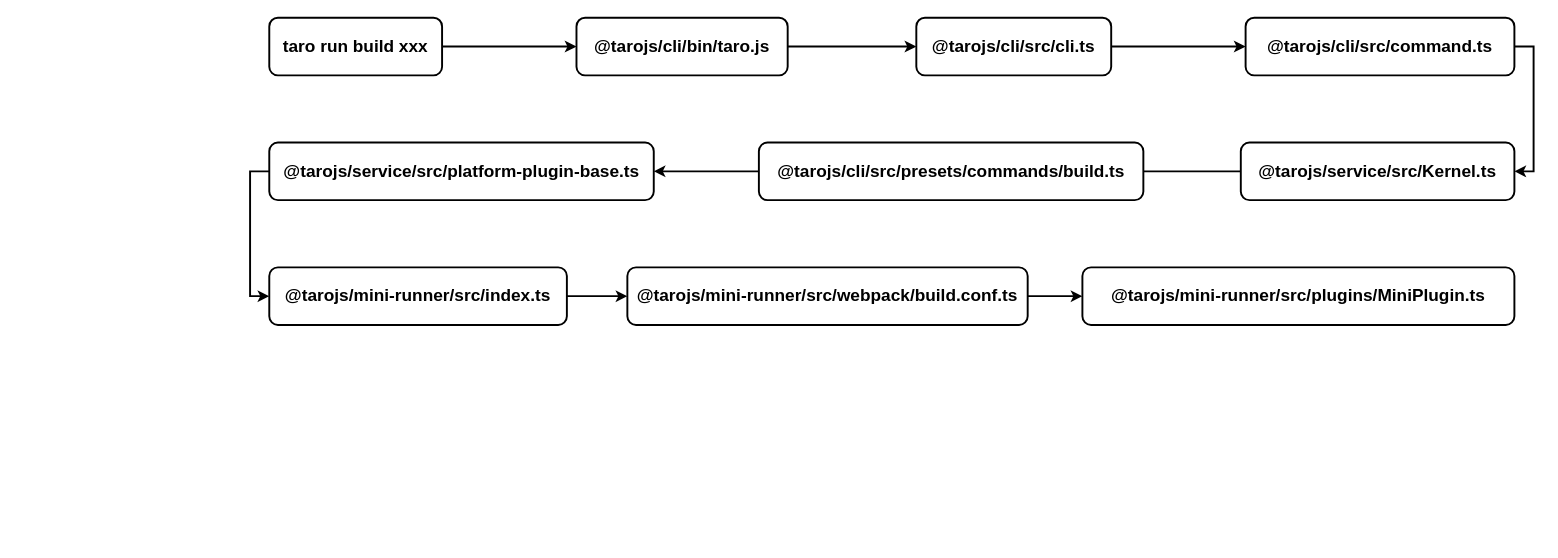
Above: 原创/taro/taro源码解析/taro build 源码流程图.drawio in panyu97py/blog (draw.io), before the change. Source tidied: cells renumbered, new cells numbered last; positions are measured from the earlier drawing's top-left corner, leaving out a move shared by most shapes. Both pictures are drawn from the tidied source at 96%, with x=0, y=0 at pixel (269, 17).
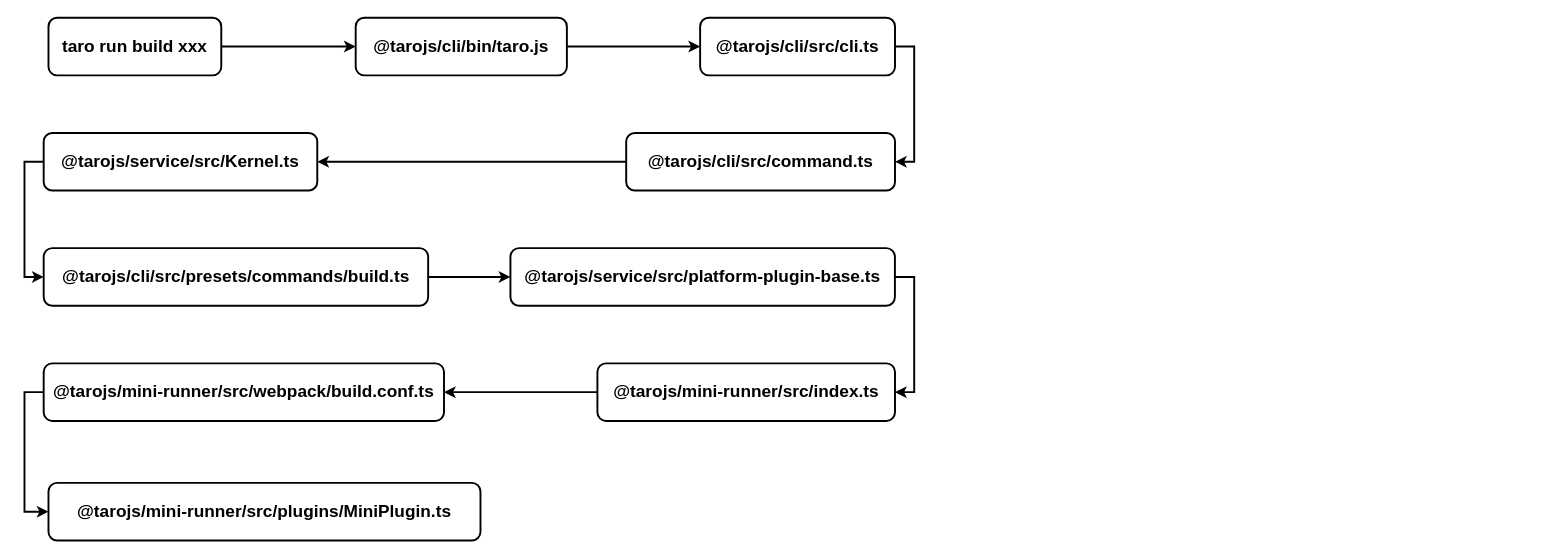
The same diagram, later.

Commit message (it also covers changes not shown here):
taro 源码解析

The edit, as a diff of the source:
```diff
@@
     <mxCell id="3" value="taro run build xxx" style="rounded=1;whiteSpace=wrap;html=1;fontSize=18;strokeWidth=2;fontStyle=1;" parent="1" vertex="1">
-      <mxGeometry width="180" height="60" as="geometry" />
+      <mxGeometry x="-230" width="180" height="60" as="geometry" />
     </mxCell>
@@
     <mxCell id="5" value="@tarojs/cli/bin/taro.js" style="rounded=1;whiteSpace=wrap;html=1;fontSize=18;strokeWidth=2;fontStyle=1;" parent="1" vertex="1">
-      <mxGeometry x="320" width="220" height="60" as="geometry" />
+      <mxGeometry x="90" width="220" height="60" as="geometry" />
     </mxCell>
-    <mxCell id="6" style="edgeStyle=orthogonalEdgeStyle;rounded=0;jettySize=auto;html=1;exitX=1;exitY=0.5;exitDx=0;exitDy=0;entryX=0;entryY=0.5;entryDx=0;entryDy=0;fontSize=18;strokeWidth=2;" parent="1" edge="1" source="7" target="9">
+    <mxCell id="6" style="edgeStyle=orthogonalEdgeStyle;rounded=0;jettySize=auto;html=1;exitX=1;exitY=0.5;exitDx=0;exitDy=0;entryX=1;entryY=0.5;entryDx=0;entryDy=0;fontSize=18;strokeWidth=2;" parent="1" edge="1" source="7" target="9">
       <mxGeometry relative="1" as="geometry" />
     </mxCell>
     <mxCell id="7" value="@tarojs/cli/src/cli.ts" style="rounded=1;whiteSpace=wrap;html=1;fontSize=18;strokeWidth=2;fontStyle=1;" parent="1" vertex="1">
-      <mxGeometry x="674" width="203" height="60" as="geometry" />
+      <mxGeometry x="448.8" width="203" height="60" as="geometry" />
     </mxCell>
-    <mxCell id="8" style="edgeStyle=orthogonalEdgeStyle;rounded=0;jettySize=auto;html=1;exitX=1;exitY=0.5;exitDx=0;exitDy=0;entryX=1;entryY=0.5;entryDx=0;entryDy=0;fontSize=20;fontColor=#FF8000;strokeWidth=2;" parent="1" edge="1" source="9" target="11">
+    <mxCell id="8" style="edgeStyle=orthogonalEdgeStyle;rounded=0;jettySize=auto;html=1;exitX=0;exitY=0.5;exitDx=0;exitDy=0;entryX=1;entryY=0.5;entryDx=0;entryDy=0;fontSize=20;fontColor=#FF8000;strokeWidth=2;" parent="1" edge="1" source="9" target="11">
       <mxGeometry relative="1" as="geometry" />
     </mxCell>
     <mxCell id="9" value="@tarojs/cli/src/command.ts" style="rounded=1;whiteSpace=wrap;html=1;fontSize=18;strokeWidth=2;fontStyle=1;" parent="1" vertex="1">
-      <mxGeometry x="1017" width="280" height="60" as="geometry" />
+      <mxGeometry x="371.8" y="120" width="280" height="60" as="geometry" />
     </mxCell>
-    <mxCell id="10" style="edgeStyle=orthogonalEdgeStyle;rounded=0;jettySize=auto;html=1;exitX=0;exitY=0.5;exitDx=0;exitDy=0;entryX=1;entryY=0.5;entryDx=0;entryDy=0;fontSize=20;fontColor=#FF8000;strokeWidth=2;" parent="1" edge="1" source="11" target="13">
-      <mxGeometry relative="1" as="geometry">
-        <Array as="points">
-          <mxPoint x="790" y="160" />
-          <mxPoint x="790" y="160" />
-        </Array>
-      </mxGeometry>
+    <mxCell id="10" style="edgeStyle=orthogonalEdgeStyle;rounded=0;jettySize=auto;html=1;exitX=0;exitY=0.5;exitDx=0;exitDy=0;entryX=0;entryY=0.5;entryDx=0;entryDy=0;fontSize=20;fontColor=#FF8000;strokeWidth=2;" parent="1" edge="1" source="11" target="13">
+      <mxGeometry relative="1" as="geometry" />
     </mxCell>
     <mxCell id="11" value="@tarojs/service/src/Kernel.ts" style="rounded=1;whiteSpace=wrap;html=1;fontSize=18;strokeWidth=2;fontStyle=1;" parent="1" vertex="1">
-      <mxGeometry x="1012" y="130" width="285" height="60" as="geometry" />
+      <mxGeometry x="-235" y="120" width="285" height="60" as="geometry" />
     </mxCell>
-    <mxCell id="12" style="edgeStyle=orthogonalEdgeStyle;rounded=0;jettySize=auto;html=1;exitX=0;exitY=0.5;exitDx=0;exitDy=0;entryX=1;entryY=0.5;entryDx=0;entryDy=0;fontSize=20;fontColor=#FF8000;strokeWidth=2;" parent="1" edge="1" source="13" target="15">
+    <mxCell id="12" style="edgeStyle=orthogonalEdgeStyle;rounded=0;jettySize=auto;html=1;exitX=1;exitY=0.5;exitDx=0;exitDy=0;entryX=0;entryY=0.5;entryDx=0;entryDy=0;fontSize=20;fontColor=#FF8000;strokeWidth=2;" parent="1" edge="1" source="13" target="15">
       <mxGeometry relative="1" as="geometry" />
     </mxCell>
     <mxCell id="13" value="@tarojs/cli/src/presets/commands/build.ts" style="rounded=1;whiteSpace=wrap;html=1;fontSize=18;strokeWidth=2;fontStyle=1;" parent="1" vertex="1">
-      <mxGeometry x="510" y="130" width="400.5" height="60" as="geometry" />
+      <mxGeometry x="-235" y="240" width="400.5" height="60" as="geometry" />
     </mxCell>
-    <mxCell id="14" style="edgeStyle=orthogonalEdgeStyle;rounded=0;jettySize=auto;html=1;exitX=0;exitY=0.5;exitDx=0;exitDy=0;entryX=0;entryY=0.5;entryDx=0;entryDy=0;fontSize=20;fontColor=#FF8000;strokeWidth=2;" parent="1" edge="1" source="15" target="17">
+    <mxCell id="14" style="edgeStyle=orthogonalEdgeStyle;rounded=0;jettySize=auto;html=1;exitX=1;exitY=0.5;exitDx=0;exitDy=0;entryX=1;entryY=0.5;entryDx=0;entryDy=0;fontSize=20;fontColor=#FF8000;strokeWidth=2;" parent="1" edge="1" source="15" target="17">
       <mxGeometry relative="1" as="geometry" />
     </mxCell>
     <mxCell id="15" value="@tarojs/service/src/platform-plugin-base.ts" style="rounded=1;whiteSpace=wrap;html=1;fontSize=18;strokeWidth=2;fontStyle=1;" parent="1" vertex="1">
-      <mxGeometry y="130" width="400.5" height="60" as="geometry" />
+      <mxGeometry x="251.2" y="240" width="400.5" height="60" as="geometry" />
     </mxCell>
-    <mxCell id="16" style="edgeStyle=orthogonalEdgeStyle;rounded=0;jettySize=auto;html=1;exitX=1;exitY=0.5;exitDx=0;exitDy=0;entryX=0;entryY=0.5;entryDx=0;entryDy=0;fontSize=20;fontColor=#FF8000;strokeWidth=2;" parent="1" edge="1" source="17" target="19">
+    <mxCell id="16" style="edgeStyle=orthogonalEdgeStyle;rounded=0;jettySize=auto;html=1;exitX=0;exitY=0.5;exitDx=0;exitDy=0;entryX=1;entryY=0.5;entryDx=0;entryDy=0;fontSize=20;fontColor=#FF8000;strokeWidth=2;" parent="1" edge="1" source="17" target="19">
       <mxGeometry relative="1" as="geometry" />
     </mxCell>
     <mxCell id="17" value="@tarojs/mini-runner/src/index.ts" style="rounded=1;whiteSpace=wrap;html=1;fontSize=18;strokeWidth=2;fontStyle=1;" parent="1" vertex="1">
-      <mxGeometry y="260" width="310" height="60" as="geometry" />
+      <mxGeometry x="341.8" y="360" width="310" height="60" as="geometry" />
     </mxCell>
-    <mxCell id="18" style="edgeStyle=orthogonalEdgeStyle;rounded=0;jettySize=auto;html=1;exitX=1;exitY=0.5;exitDx=0;exitDy=0;entryX=0;entryY=0.5;entryDx=0;entryDy=0;fontSize=20;fontColor=#FF8000;strokeWidth=2;" parent="1" edge="1" source="19" target="20">
+    <mxCell id="18" style="edgeStyle=orthogonalEdgeStyle;rounded=0;jettySize=auto;html=1;exitX=0;exitY=0.5;exitDx=0;exitDy=0;entryX=0;entryY=0.5;entryDx=0;entryDy=0;fontSize=20;fontColor=#FF8000;strokeWidth=2;" parent="1" edge="1" source="19" target="20">
       <mxGeometry relative="1" as="geometry" />
     </mxCell>
     <mxCell id="19" value="&lt;span&gt;@tarojs/mini-runner/src/webpack/build.conf.ts&lt;/span&gt;" style="rounded=1;whiteSpace=wrap;html=1;fontSize=18;strokeWidth=2;fontStyle=1;" parent="1" vertex="1">
-      <mxGeometry x="373" y="260" width="417" height="60" as="geometry" />
+      <mxGeometry x="-235" y="360" width="417" height="60" as="geometry" />
     </mxCell>
     <mxCell id="20" value="&lt;span&gt;@tarojs/mini-runner/src/plugins/MiniPlugin.ts&lt;/span&gt;" style="rounded=1;whiteSpace=wrap;html=1;fontSize=18;strokeWidth=2;fontStyle=1;" parent="1" vertex="1">
-      <mxGeometry x="847" y="260" width="450" height="60" as="geometry" />
+      <mxGeometry x="-230" y="484.5" width="450" height="60" as="geometry" />
     </mxCell>
```
